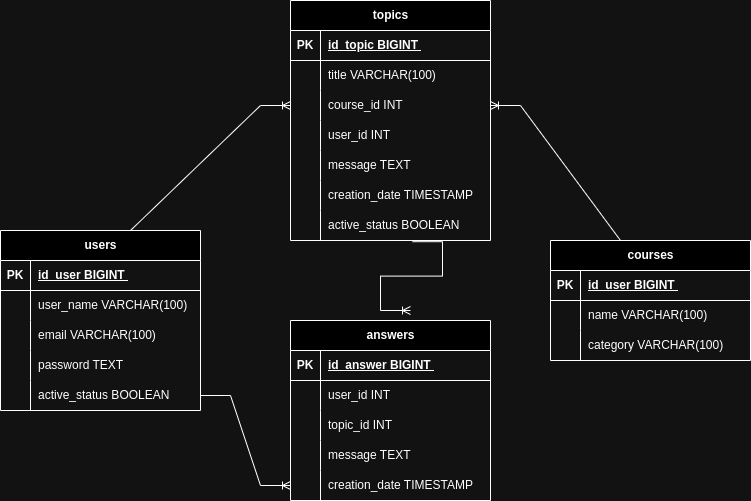
Andres-Bermudez/REST-API-Forum-Hub-Challenge keeps this draw.io diagram as images/ForoHubDbERD.png. Above is the earlier version. Source tidied: cells renumbered, new cells last; positions are measured from the earlier drawing's top-left corner, leaving out a move shared by most shapes. The source it was exported from:
```xml
<mxGraphModel>
  <root>
    <mxCell id="0" />
    <mxCell id="1" parent="0" />
    <mxCell id="2" value="topics" style="shape=table;startSize=30;rowLines=0;fontStyle=1;align=center;html=1;" parent="1" vertex="1">
      <mxGeometry x="290" width="200" height="240" as="geometry" />
    </mxCell>
    <mxCell id="3" style="shape=tableRow;horizontal=0;startSize=0;swimlaneHead=0;swimlaneBody=0;fillColor=none;top=0;left=0;right=0;bottom=1;" parent="2" vertex="1">
      <mxGeometry y="30" width="200" height="30" as="geometry" />
    </mxCell>
    <mxCell id="4" value="PK" style="shape=partialRectangle;fillColor=none;top=0;left=0;bottom=0;right=0;fontStyle=1;overflow=hidden;whiteSpace=wrap;html=1;" parent="3" vertex="1">
      <mxGeometry width="30" height="30" as="geometry" />
    </mxCell>
    <mxCell id="5" value="id_topic BIGINT&amp;nbsp;" style="shape=partialRectangle;fillColor=none;top=0;left=0;bottom=0;right=0;align=left;spacingLeft=6;fontStyle=5;overflow=hidden;whiteSpace=wrap;html=1;" parent="3" vertex="1">
      <mxGeometry x="30" width="170" height="30" as="geometry" />
    </mxCell>
    <mxCell id="6" style="shape=tableRow;horizontal=0;startSize=0;swimlaneHead=0;swimlaneBody=0;fillColor=none;top=0;left=0;right=0;bottom=0;" parent="2" vertex="1">
      <mxGeometry y="60" width="200" height="30" as="geometry" />
    </mxCell>
    <mxCell id="7" style="shape=partialRectangle;fillColor=none;top=0;left=0;bottom=0;right=0;overflow=hidden;whiteSpace=wrap;html=1;" parent="6" vertex="1">
      <mxGeometry width="30" height="30" as="geometry" />
    </mxCell>
    <mxCell id="8" value="title VARCHAR(100)" style="shape=partialRectangle;fillColor=none;top=0;left=0;bottom=0;right=0;align=left;spacingLeft=6;overflow=hidden;whiteSpace=wrap;html=1;" parent="6" vertex="1">
      <mxGeometry x="30" width="170" height="30" as="geometry" />
    </mxCell>
    <mxCell id="9" style="shape=tableRow;horizontal=0;startSize=0;swimlaneHead=0;swimlaneBody=0;fillColor=none;points=[[0,0.5],[1,0.5]];portConstraint=eastwest;top=0;left=0;right=0;bottom=0;" parent="2" vertex="1">
      <mxGeometry y="90" width="200" height="30" as="geometry" />
    </mxCell>
    <mxCell id="10" style="shape=partialRectangle;fillColor=none;top=0;left=0;bottom=0;right=0;overflow=hidden;whiteSpace=wrap;html=1;" parent="9" vertex="1">
      <mxGeometry width="30" height="30" as="geometry" />
    </mxCell>
    <mxCell id="11" value="course_id INT" style="shape=partialRectangle;fillColor=none;top=0;left=0;bottom=0;right=0;align=left;spacingLeft=6;overflow=hidden;whiteSpace=wrap;html=1;" parent="9" vertex="1">
      <mxGeometry x="30" width="170" height="30" as="geometry" />
    </mxCell>
    <mxCell id="12" style="shape=tableRow;horizontal=0;startSize=0;swimlaneHead=0;swimlaneBody=0;fillColor=none;top=0;left=0;right=0;bottom=0;" parent="2" vertex="1">
      <mxGeometry y="120" width="200" height="30" as="geometry" />
    </mxCell>
    <mxCell id="13" style="shape=partialRectangle;fillColor=none;top=0;left=0;bottom=0;right=0;overflow=hidden;whiteSpace=wrap;html=1;" parent="12" vertex="1">
      <mxGeometry width="30" height="30" as="geometry" />
    </mxCell>
    <mxCell id="14" value="user_id INT" style="shape=partialRectangle;fillColor=none;top=0;left=0;bottom=0;right=0;align=left;spacingLeft=6;overflow=hidden;whiteSpace=wrap;html=1;" parent="12" vertex="1">
      <mxGeometry x="30" width="170" height="30" as="geometry" />
    </mxCell>
    <mxCell id="15" style="shape=tableRow;horizontal=0;startSize=0;swimlaneHead=0;swimlaneBody=0;fillColor=none;top=0;left=0;right=0;bottom=0;" parent="2" vertex="1">
      <mxGeometry y="150" width="200" height="30" as="geometry" />
    </mxCell>
    <mxCell id="16" style="shape=partialRectangle;fillColor=none;top=0;left=0;bottom=0;right=0;overflow=hidden;whiteSpace=wrap;html=1;" parent="15" vertex="1">
      <mxGeometry width="30" height="30" as="geometry" />
    </mxCell>
    <mxCell id="17" value="message TEXT&amp;nbsp;" style="shape=partialRectangle;fillColor=none;top=0;left=0;bottom=0;right=0;align=left;spacingLeft=6;overflow=hidden;whiteSpace=wrap;html=1;" parent="15" vertex="1">
      <mxGeometry x="30" width="170" height="30" as="geometry" />
    </mxCell>
    <mxCell id="18" style="shape=tableRow;horizontal=0;startSize=0;swimlaneHead=0;swimlaneBody=0;fillColor=none;top=0;left=0;right=0;bottom=0;" parent="2" vertex="1">
      <mxGeometry y="180" width="200" height="30" as="geometry" />
    </mxCell>
    <mxCell id="19" style="shape=partialRectangle;fillColor=none;top=0;left=0;bottom=0;right=0;overflow=hidden;whiteSpace=wrap;html=1;" parent="18" vertex="1">
      <mxGeometry width="30" height="30" as="geometry" />
    </mxCell>
    <mxCell id="20" value="creation_date TIMESTAMP" style="shape=partialRectangle;fillColor=none;top=0;left=0;bottom=0;right=0;align=left;spacingLeft=6;overflow=hidden;whiteSpace=wrap;html=1;" parent="18" vertex="1">
      <mxGeometry x="30" width="170" height="30" as="geometry" />
    </mxCell>
    <mxCell id="21" style="shape=tableRow;horizontal=0;startSize=0;swimlaneHead=0;swimlaneBody=0;fillColor=none;points=[[0,0.5],[1,0.5]];portConstraint=eastwest;top=0;left=0;right=0;bottom=0;" parent="2" vertex="1">
      <mxGeometry y="210" width="200" height="30" as="geometry" />
    </mxCell>
    <mxCell id="22" style="shape=partialRectangle;fillColor=none;top=0;left=0;bottom=0;right=0;overflow=hidden;whiteSpace=wrap;html=1;" parent="21" vertex="1">
      <mxGeometry width="30" height="30" as="geometry" />
    </mxCell>
    <mxCell id="23" value="active_status BOOLEAN" style="shape=partialRectangle;fillColor=none;top=0;left=0;bottom=0;right=0;align=left;spacingLeft=6;overflow=hidden;whiteSpace=wrap;html=1;" parent="21" vertex="1">
      <mxGeometry x="30" width="170" height="30" as="geometry" />
    </mxCell>
    <mxCell id="24" value="answers" style="shape=table;startSize=30;rowLines=0;fontStyle=1;align=center;html=1;" parent="1" vertex="1">
      <mxGeometry x="290" y="320" width="200" height="180" as="geometry" />
    </mxCell>
    <mxCell id="25" style="shape=tableRow;horizontal=0;startSize=0;swimlaneHead=0;swimlaneBody=0;fillColor=none;top=0;left=0;right=0;bottom=1;" parent="24" vertex="1">
      <mxGeometry y="30" width="200" height="30" as="geometry" />
    </mxCell>
    <mxCell id="26" value="PK" style="shape=partialRectangle;fillColor=none;top=0;left=0;bottom=0;right=0;fontStyle=1;overflow=hidden;whiteSpace=wrap;html=1;" parent="25" vertex="1">
      <mxGeometry width="30" height="30" as="geometry" />
    </mxCell>
    <mxCell id="27" value="id_answer BIGINT&amp;nbsp;" style="shape=partialRectangle;fillColor=none;top=0;left=0;bottom=0;right=0;align=left;spacingLeft=6;fontStyle=5;overflow=hidden;whiteSpace=wrap;html=1;" parent="25" vertex="1">
      <mxGeometry x="30" width="170" height="30" as="geometry" />
    </mxCell>
    <mxCell id="28" style="shape=tableRow;horizontal=0;startSize=0;swimlaneHead=0;swimlaneBody=0;fillColor=none;top=0;left=0;right=0;bottom=0;" parent="24" vertex="1">
      <mxGeometry y="60" width="200" height="30" as="geometry" />
    </mxCell>
    <mxCell id="29" style="shape=partialRectangle;fillColor=none;top=0;left=0;bottom=0;right=0;overflow=hidden;whiteSpace=wrap;html=1;" parent="28" vertex="1">
      <mxGeometry width="30" height="30" as="geometry" />
    </mxCell>
    <mxCell id="30" value="user_id INT" style="shape=partialRectangle;fillColor=none;top=0;left=0;bottom=0;right=0;align=left;spacingLeft=6;overflow=hidden;whiteSpace=wrap;html=1;" parent="28" vertex="1">
      <mxGeometry x="30" width="170" height="30" as="geometry" />
    </mxCell>
    <mxCell id="31" style="shape=tableRow;horizontal=0;startSize=0;swimlaneHead=0;swimlaneBody=0;fillColor=none;top=0;left=0;right=0;bottom=0;" parent="24" vertex="1">
      <mxGeometry y="90" width="200" height="30" as="geometry" />
    </mxCell>
    <mxCell id="32" style="shape=partialRectangle;fillColor=none;top=0;left=0;bottom=0;right=0;overflow=hidden;whiteSpace=wrap;html=1;" parent="31" vertex="1">
      <mxGeometry width="30" height="30" as="geometry" />
    </mxCell>
    <mxCell id="33" value="topic_id INT" style="shape=partialRectangle;fillColor=none;top=0;left=0;bottom=0;right=0;align=left;spacingLeft=6;overflow=hidden;whiteSpace=wrap;html=1;" parent="31" vertex="1">
      <mxGeometry x="30" width="170" height="30" as="geometry" />
    </mxCell>
    <mxCell id="34" style="shape=tableRow;horizontal=0;startSize=0;swimlaneHead=0;swimlaneBody=0;fillColor=none;top=0;left=0;right=0;bottom=0;" parent="24" vertex="1">
      <mxGeometry y="120" width="200" height="30" as="geometry" />
    </mxCell>
    <mxCell id="35" style="shape=partialRectangle;fillColor=none;top=0;left=0;bottom=0;right=0;overflow=hidden;whiteSpace=wrap;html=1;" parent="34" vertex="1">
      <mxGeometry width="30" height="30" as="geometry" />
    </mxCell>
    <mxCell id="36" value="message TEXT&amp;nbsp;" style="shape=partialRectangle;fillColor=none;top=0;left=0;bottom=0;right=0;align=left;spacingLeft=6;overflow=hidden;whiteSpace=wrap;html=1;" parent="34" vertex="1">
      <mxGeometry x="30" width="170" height="30" as="geometry" />
    </mxCell>
    <mxCell id="37" style="shape=tableRow;horizontal=0;startSize=0;swimlaneHead=0;swimlaneBody=0;fillColor=none;points=[[0,0.5],[1,0.5]];portConstraint=eastwest;top=0;left=0;right=0;bottom=0;" parent="24" vertex="1">
      <mxGeometry y="150" width="200" height="30" as="geometry" />
    </mxCell>
    <mxCell id="38" style="shape=partialRectangle;fillColor=none;top=0;left=0;bottom=0;right=0;overflow=hidden;whiteSpace=wrap;html=1;" parent="37" vertex="1">
      <mxGeometry width="30" height="30" as="geometry" />
    </mxCell>
    <mxCell id="39" value="creation_date TIMESTAMP" style="shape=partialRectangle;fillColor=none;top=0;left=0;bottom=0;right=0;align=left;spacingLeft=6;overflow=hidden;whiteSpace=wrap;html=1;" parent="37" vertex="1">
      <mxGeometry x="30" width="170" height="30" as="geometry" />
    </mxCell>
    <mxCell id="40" style="edgeStyle=entityRelationEdgeStyle;fontSize=12;html=1;endArrow=ERoneToMany;rounded=0;exitX=0.61;exitY=1.04;exitDx=0;exitDy=0;exitPerimeter=0;" parent="1" edge="1" source="21">
      <mxGeometry relative="1" as="geometry">
        <mxPoint x="410" y="310" as="targetPoint" />
      </mxGeometry>
    </mxCell>
    <mxCell id="41" value="users" style="shape=table;startSize=30;rowLines=0;fontStyle=1;align=center;html=1;" parent="1" vertex="1">
      <mxGeometry y="230" width="200" height="180" as="geometry" />
    </mxCell>
    <mxCell id="42" style="shape=tableRow;horizontal=0;startSize=0;swimlaneHead=0;swimlaneBody=0;fillColor=none;top=0;left=0;right=0;bottom=1;" parent="41" vertex="1">
      <mxGeometry y="30" width="200" height="30" as="geometry" />
    </mxCell>
    <mxCell id="43" value="PK" style="shape=partialRectangle;fillColor=none;top=0;left=0;bottom=0;right=0;fontStyle=1;overflow=hidden;whiteSpace=wrap;html=1;" parent="42" vertex="1">
      <mxGeometry width="30" height="30" as="geometry" />
    </mxCell>
    <mxCell id="44" value="id_user BIGINT&amp;nbsp;" style="shape=partialRectangle;fillColor=none;top=0;left=0;bottom=0;right=0;align=left;spacingLeft=6;fontStyle=5;overflow=hidden;whiteSpace=wrap;html=1;" parent="42" vertex="1">
      <mxGeometry x="30" width="170" height="30" as="geometry" />
    </mxCell>
    <mxCell id="45" style="shape=tableRow;horizontal=0;startSize=0;swimlaneHead=0;swimlaneBody=0;fillColor=none;top=0;left=0;right=0;bottom=0;" parent="41" vertex="1">
      <mxGeometry y="60" width="200" height="30" as="geometry" />
    </mxCell>
    <mxCell id="46" style="shape=partialRectangle;fillColor=none;top=0;left=0;bottom=0;right=0;overflow=hidden;whiteSpace=wrap;html=1;" parent="45" vertex="1">
      <mxGeometry width="30" height="30" as="geometry" />
    </mxCell>
    <mxCell id="47" value="user_name VARCHAR(100)" style="shape=partialRectangle;fillColor=none;top=0;left=0;bottom=0;right=0;align=left;spacingLeft=6;overflow=hidden;whiteSpace=wrap;html=1;" parent="45" vertex="1">
      <mxGeometry x="30" width="170" height="30" as="geometry" />
    </mxCell>
    <mxCell id="48" style="shape=tableRow;horizontal=0;startSize=0;swimlaneHead=0;swimlaneBody=0;fillColor=none;top=0;left=0;right=0;bottom=0;" parent="41" vertex="1">
      <mxGeometry y="90" width="200" height="30" as="geometry" />
    </mxCell>
    <mxCell id="49" style="shape=partialRectangle;fillColor=none;top=0;left=0;bottom=0;right=0;overflow=hidden;whiteSpace=wrap;html=1;" parent="48" vertex="1">
      <mxGeometry width="30" height="30" as="geometry" />
    </mxCell>
    <mxCell id="50" value="email VARCHAR(100)" style="shape=partialRectangle;fillColor=none;top=0;left=0;bottom=0;right=0;align=left;spacingLeft=6;overflow=hidden;whiteSpace=wrap;html=1;" parent="48" vertex="1">
      <mxGeometry x="30" width="170" height="30" as="geometry" />
    </mxCell>
    <mxCell id="51" style="shape=tableRow;horizontal=0;startSize=0;swimlaneHead=0;swimlaneBody=0;fillColor=none;top=0;left=0;right=0;bottom=0;" parent="41" vertex="1">
      <mxGeometry y="120" width="200" height="30" as="geometry" />
    </mxCell>
    <mxCell id="52" style="shape=partialRectangle;fillColor=none;top=0;left=0;bottom=0;right=0;overflow=hidden;whiteSpace=wrap;html=1;" parent="51" vertex="1">
      <mxGeometry width="30" height="30" as="geometry" />
    </mxCell>
    <mxCell id="53" value="password TEXT" style="shape=partialRectangle;fillColor=none;top=0;left=0;bottom=0;right=0;align=left;spacingLeft=6;overflow=hidden;whiteSpace=wrap;html=1;" parent="51" vertex="1">
      <mxGeometry x="30" width="170" height="30" as="geometry" />
    </mxCell>
    <mxCell id="54" style="shape=tableRow;horizontal=0;startSize=0;swimlaneHead=0;swimlaneBody=0;fillColor=none;points=[[0,0.5],[1,0.5]];portConstraint=eastwest;top=0;left=0;right=0;bottom=0;" parent="41" vertex="1">
      <mxGeometry y="150" width="200" height="30" as="geometry" />
    </mxCell>
    <mxCell id="55" style="shape=partialRectangle;fillColor=none;top=0;left=0;bottom=0;right=0;overflow=hidden;whiteSpace=wrap;html=1;" parent="54" vertex="1">
      <mxGeometry width="30" height="30" as="geometry" />
    </mxCell>
    <mxCell id="56" value="active_status BOOLEAN" style="shape=partialRectangle;fillColor=none;top=0;left=0;bottom=0;right=0;align=left;spacingLeft=6;overflow=hidden;whiteSpace=wrap;html=1;" parent="54" vertex="1">
      <mxGeometry x="30" width="170" height="30" as="geometry" />
    </mxCell>
    <mxCell id="57" style="edgeStyle=entityRelationEdgeStyle;fontSize=12;html=1;endArrow=ERoneToMany;rounded=0;entryX=0;entryY=0.5;entryDx=0;entryDy=0;exitX=0.5;exitY=0;exitDx=0;exitDy=0;" parent="1" edge="1" source="41" target="9">
      <mxGeometry relative="1" as="geometry" />
    </mxCell>
    <mxCell id="58" style="edgeStyle=entityRelationEdgeStyle;fontSize=12;html=1;endArrow=ERoneToMany;rounded=0;entryX=0;entryY=0.5;entryDx=0;entryDy=0;exitX=1;exitY=0.5;exitDx=0;exitDy=0;" parent="1" edge="1" source="54" target="37">
      <mxGeometry relative="1" as="geometry" />
    </mxCell>
    <mxCell id="59" value="courses" style="shape=table;startSize=30;rowLines=0;fontStyle=1;align=center;html=1;" parent="1" vertex="1">
      <mxGeometry x="550" y="240" width="200" height="120" as="geometry" />
    </mxCell>
    <mxCell id="60" style="shape=tableRow;horizontal=0;startSize=0;swimlaneHead=0;swimlaneBody=0;fillColor=none;top=0;left=0;right=0;bottom=1;" parent="59" vertex="1">
      <mxGeometry y="30" width="200" height="30" as="geometry" />
    </mxCell>
    <mxCell id="61" value="PK" style="shape=partialRectangle;fillColor=none;top=0;left=0;bottom=0;right=0;fontStyle=1;overflow=hidden;whiteSpace=wrap;html=1;" parent="60" vertex="1">
      <mxGeometry width="30" height="30" as="geometry" />
    </mxCell>
    <mxCell id="62" value="id_user BIGINT&amp;nbsp;" style="shape=partialRectangle;fillColor=none;top=0;left=0;bottom=0;right=0;align=left;spacingLeft=6;fontStyle=5;overflow=hidden;whiteSpace=wrap;html=1;" parent="60" vertex="1">
      <mxGeometry x="30" width="170" height="30" as="geometry" />
    </mxCell>
    <mxCell id="63" style="shape=tableRow;horizontal=0;startSize=0;swimlaneHead=0;swimlaneBody=0;fillColor=none;top=0;left=0;right=0;bottom=0;" parent="59" vertex="1">
      <mxGeometry y="60" width="200" height="30" as="geometry" />
    </mxCell>
    <mxCell id="64" style="shape=partialRectangle;fillColor=none;top=0;left=0;bottom=0;right=0;overflow=hidden;whiteSpace=wrap;html=1;" parent="63" vertex="1">
      <mxGeometry width="30" height="30" as="geometry" />
    </mxCell>
    <mxCell id="65" value="name VARCHAR(100)" style="shape=partialRectangle;fillColor=none;top=0;left=0;bottom=0;right=0;align=left;spacingLeft=6;overflow=hidden;whiteSpace=wrap;html=1;" parent="63" vertex="1">
      <mxGeometry x="30" width="170" height="30" as="geometry" />
    </mxCell>
    <mxCell id="66" style="shape=tableRow;horizontal=0;startSize=0;swimlaneHead=0;swimlaneBody=0;fillColor=none;top=0;left=0;right=0;bottom=0;" parent="59" vertex="1">
      <mxGeometry y="90" width="200" height="30" as="geometry" />
    </mxCell>
    <mxCell id="67" style="shape=partialRectangle;fillColor=none;top=0;left=0;bottom=0;right=0;overflow=hidden;whiteSpace=wrap;html=1;" parent="66" vertex="1">
      <mxGeometry width="30" height="30" as="geometry" />
    </mxCell>
    <mxCell id="68" value="category VARCHAR(100)" style="shape=partialRectangle;fillColor=none;top=0;left=0;bottom=0;right=0;align=left;spacingLeft=6;overflow=hidden;whiteSpace=wrap;html=1;" parent="66" vertex="1">
      <mxGeometry x="30" width="170" height="30" as="geometry" />
    </mxCell>
    <mxCell id="69" style="edgeStyle=entityRelationEdgeStyle;fontSize=12;html=1;endArrow=ERoneToMany;rounded=0;entryX=1;entryY=0.5;entryDx=0;entryDy=0;exitX=0.5;exitY=0;exitDx=0;exitDy=0;" parent="1" edge="1" source="59" target="9">
      <mxGeometry relative="1" as="geometry" />
    </mxCell>
  </root>
</mxGraphModel>
```
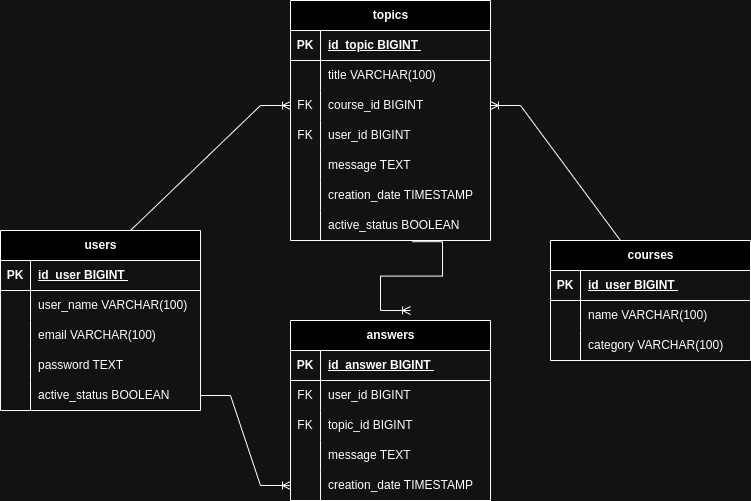
The same diagram one commit later.

The edit, as a diff of the source:
```diff
@@ -26,19 +26,19 @@
     <mxCell id="9" style="shape=tableRow;horizontal=0;startSize=0;swimlaneHead=0;swimlaneBody=0;fillColor=none;points=[[0,0.5],[1,0.5]];portConstraint=eastwest;top=0;left=0;right=0;bottom=0;" parent="2" vertex="1">
       <mxGeometry y="90" width="200" height="30" as="geometry" />
     </mxCell>
-    <mxCell id="10" style="shape=partialRectangle;fillColor=none;top=0;left=0;bottom=0;right=0;overflow=hidden;whiteSpace=wrap;html=1;" parent="9" vertex="1">
+    <mxCell id="10" value="FK" style="shape=partialRectangle;fillColor=none;top=0;left=0;bottom=0;right=0;overflow=hidden;whiteSpace=wrap;html=1;" parent="9" vertex="1">
       <mxGeometry width="30" height="30" as="geometry" />
     </mxCell>
-    <mxCell id="11" value="course_id INT" style="shape=partialRectangle;fillColor=none;top=0;left=0;bottom=0;right=0;align=left;spacingLeft=6;overflow=hidden;whiteSpace=wrap;html=1;" parent="9" vertex="1">
+    <mxCell id="11" value="course_id BIGINT" style="shape=partialRectangle;fillColor=none;top=0;left=0;bottom=0;right=0;align=left;spacingLeft=6;overflow=hidden;whiteSpace=wrap;html=1;" parent="9" vertex="1">
       <mxGeometry x="30" width="170" height="30" as="geometry" />
     </mxCell>
     <mxCell id="12" style="shape=tableRow;horizontal=0;startSize=0;swimlaneHead=0;swimlaneBody=0;fillColor=none;top=0;left=0;right=0;bottom=0;" parent="2" vertex="1">
       <mxGeometry y="120" width="200" height="30" as="geometry" />
     </mxCell>
-    <mxCell id="13" style="shape=partialRectangle;fillColor=none;top=0;left=0;bottom=0;right=0;overflow=hidden;whiteSpace=wrap;html=1;" parent="12" vertex="1">
+    <mxCell id="13" value="FK" style="shape=partialRectangle;fillColor=none;top=0;left=0;bottom=0;right=0;overflow=hidden;whiteSpace=wrap;html=1;" parent="12" vertex="1">
       <mxGeometry width="30" height="30" as="geometry" />
     </mxCell>
-    <mxCell id="14" value="user_id INT" style="shape=partialRectangle;fillColor=none;top=0;left=0;bottom=0;right=0;align=left;spacingLeft=6;overflow=hidden;whiteSpace=wrap;html=1;" parent="12" vertex="1">
+    <mxCell id="14" value="user_id BIGINT" style="shape=partialRectangle;fillColor=none;top=0;left=0;bottom=0;right=0;align=left;spacingLeft=6;overflow=hidden;whiteSpace=wrap;html=1;" parent="12" vertex="1">
       <mxGeometry x="30" width="170" height="30" as="geometry" />
     </mxCell>
     <mxCell id="15" style="shape=tableRow;horizontal=0;startSize=0;swimlaneHead=0;swimlaneBody=0;fillColor=none;top=0;left=0;right=0;bottom=0;" parent="2" vertex="1">
@@ -83,19 +83,19 @@
     <mxCell id="28" style="shape=tableRow;horizontal=0;startSize=0;swimlaneHead=0;swimlaneBody=0;fillColor=none;top=0;left=0;right=0;bottom=0;" parent="24" vertex="1">
       <mxGeometry y="60" width="200" height="30" as="geometry" />
     </mxCell>
-    <mxCell id="29" style="shape=partialRectangle;fillColor=none;top=0;left=0;bottom=0;right=0;overflow=hidden;whiteSpace=wrap;html=1;" parent="28" vertex="1">
+    <mxCell id="29" value="FK" style="shape=partialRectangle;fillColor=none;top=0;left=0;bottom=0;right=0;overflow=hidden;whiteSpace=wrap;html=1;" parent="28" vertex="1">
       <mxGeometry width="30" height="30" as="geometry" />
     </mxCell>
-    <mxCell id="30" value="user_id INT" style="shape=partialRectangle;fillColor=none;top=0;left=0;bottom=0;right=0;align=left;spacingLeft=6;overflow=hidden;whiteSpace=wrap;html=1;" parent="28" vertex="1">
+    <mxCell id="30" value="user_id BIGINT" style="shape=partialRectangle;fillColor=none;top=0;left=0;bottom=0;right=0;align=left;spacingLeft=6;overflow=hidden;whiteSpace=wrap;html=1;" parent="28" vertex="1">
       <mxGeometry x="30" width="170" height="30" as="geometry" />
     </mxCell>
     <mxCell id="31" style="shape=tableRow;horizontal=0;startSize=0;swimlaneHead=0;swimlaneBody=0;fillColor=none;top=0;left=0;right=0;bottom=0;" parent="24" vertex="1">
       <mxGeometry y="90" width="200" height="30" as="geometry" />
     </mxCell>
-    <mxCell id="32" style="shape=partialRectangle;fillColor=none;top=0;left=0;bottom=0;right=0;overflow=hidden;whiteSpace=wrap;html=1;" parent="31" vertex="1">
+    <mxCell id="32" value="FK" style="shape=partialRectangle;fillColor=none;top=0;left=0;bottom=0;right=0;overflow=hidden;whiteSpace=wrap;html=1;" parent="31" vertex="1">
       <mxGeometry width="30" height="30" as="geometry" />
     </mxCell>
-    <mxCell id="33" value="topic_id INT" style="shape=partialRectangle;fillColor=none;top=0;left=0;bottom=0;right=0;align=left;spacingLeft=6;overflow=hidden;whiteSpace=wrap;html=1;" parent="31" vertex="1">
+    <mxCell id="33" value="topic_id BIGINT" style="shape=partialRectangle;fillColor=none;top=0;left=0;bottom=0;right=0;align=left;spacingLeft=6;overflow=hidden;whiteSpace=wrap;html=1;" parent="31" vertex="1">
       <mxGeometry x="30" width="170" height="30" as="geometry" />
     </mxCell>
     <mxCell id="34" style="shape=tableRow;horizontal=0;startSize=0;swimlaneHead=0;swimlaneBody=0;fillColor=none;top=0;left=0;right=0;bottom=0;" parent="24" vertex="1">
```
